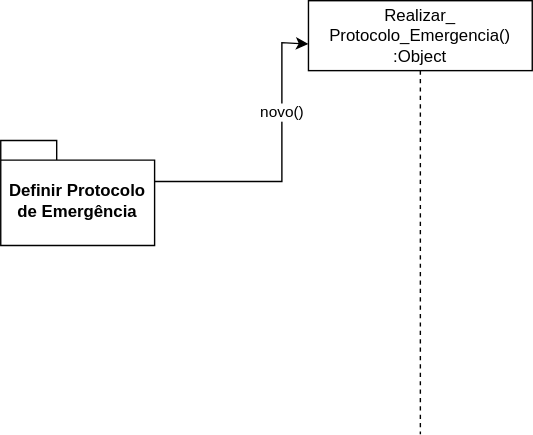
wholocked1/Projeto-2-modelagem keeps this draw.io diagram as Diagrama-Sequencia/RealizarProtocolo.svg. Above is the earlier version. Source tidied: cells renumbered, new cells last; positions are measured from the earlier drawing's top-left corner, leaving out a move shared by most shapes.
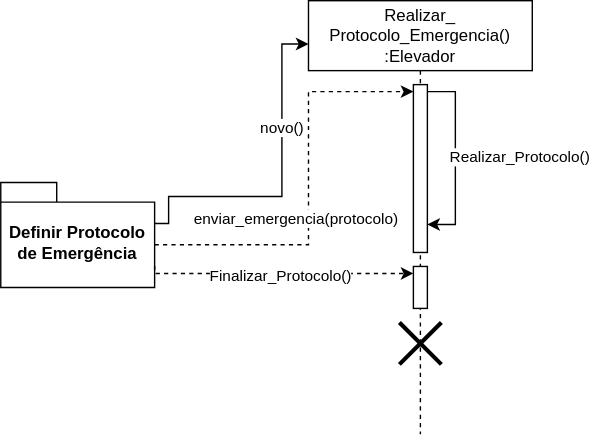
The same file after the commit.

What changed in the source:
```diff
@@ -2,14 +2,38 @@
   <root>
     <mxCell id="0" />
     <mxCell id="1" parent="0" />
-    <mxCell id="2" value="Realizar_&lt;div&gt;Protocolo_Emergencia()&lt;div&gt;&lt;span style=&quot;background-color: initial;&quot;&gt;:Object&lt;/span&gt;&lt;/div&gt;&lt;/div&gt;" style="shape=umlLifeline;perimeter=lifelinePerimeter;whiteSpace=wrap;html=1;outlineConnect=0;portConstraint=eastwest;newEdgeStyle={&quot;curved&quot;:0,&quot;rounded&quot;:0};size=50;" parent="1" vertex="1">
+    <mxCell id="2" value="Realizar_&lt;div&gt;Protocolo_Emergencia()&lt;div&gt;&lt;span style=&quot;background-color: initial;&quot;&gt;:Elevador&lt;/span&gt;&lt;/div&gt;&lt;/div&gt;" style="shape=umlLifeline;perimeter=lifelinePerimeter;whiteSpace=wrap;html=1;outlineConnect=0;portConstraint=eastwest;newEdgeStyle={&quot;curved&quot;:0,&quot;rounded&quot;:0};size=50;" parent="1" vertex="1">
       <mxGeometry x="220" width="160" height="310" as="geometry" />
     </mxCell>
+    <mxCell id="6" style="html=1;points=[[0,0,0,0,5],[0,1,0,0,-5],[1,0,0,0,5],[1,1,0,0,-5]];perimeter=orthogonalPerimeter;outlineConnect=0;targetShapes=umlLifeline;portConstraint=eastwest;newEdgeStyle={&quot;curved&quot;:0,&quot;rounded&quot;:0};" parent="2" vertex="1">
+      <mxGeometry x="75" y="60" width="10" height="120" as="geometry" />
+    </mxCell>
+    <mxCell id="7" style="edgeStyle=orthogonalEdgeStyle;rounded=0;orthogonalLoop=1;jettySize=auto;html=1;curved=0;exitX=1;exitY=0;exitDx=0;exitDy=5;exitPerimeter=0;" parent="2" edge="1" source="6" target="6">
+      <mxGeometry relative="1" as="geometry">
+        <Array as="points">
+          <mxPoint x="105" y="65" />
+          <mxPoint x="105" y="160" />
+        </Array>
+      </mxGeometry>
+    </mxCell>
+    <mxCell id="8" value="Realizar_Protocolo()" style="edgeLabel;html=1;align=center;verticalAlign=middle;" parent="7" vertex="1">
+      <mxGeometry x="0.04" relative="1" as="geometry">
+        <mxPoint x="45" y="-4" as="offset" />
+      </mxGeometry>
+    </mxCell>
+    <mxCell id="9" style="html=1;points=[[0,0,0,0,5],[0,1,0,0,-5],[1,0,0,0,5],[1,1,0,0,-5]];perimeter=orthogonalPerimeter;outlineConnect=0;targetShapes=umlLifeline;portConstraint=eastwest;newEdgeStyle={&quot;curved&quot;:0,&quot;rounded&quot;:0};" parent="2" vertex="1">
+      <mxGeometry x="75" y="190" width="10" height="30" as="geometry" />
+    </mxCell>
+    <mxCell id="10" style="shape=umlDestroy;whiteSpace=wrap;html=1;strokeWidth=3;targetShapes=umlLifeline;" parent="2" vertex="1">
+      <mxGeometry x="65" y="230" width="30" height="30" as="geometry" />
+    </mxCell>
     <mxCell id="3" style="edgeStyle=orthogonalEdgeStyle;rounded=0;jettySize=auto;html=1;exitX=0;exitY=0;exitDx=110;exitDy=29.25;exitPerimeter=0;entryX=0;entryY=0.1;entryDx=0;entryDy=0;entryPerimeter=0;" parent="1" edge="1" source="5" target="2">
       <mxGeometry relative="1" as="geometry">
         <Array as="points">
-          <mxPoint x="201" y="129" />
-          <mxPoint x="201" y="30" />
+          <mxPoint x="120" y="159" />
+          <mxPoint x="120" y="140" />
+          <mxPoint x="201" y="140" />
+          <mxPoint x="201" y="31" />
         </Array>
       </mxGeometry>
     </mxCell>
@@ -17,7 +41,30 @@
       <mxGeometry x="0.34" y="1" relative="1" as="geometry" />
     </mxCell>
     <mxCell id="5" value="Definir Protocolo de Emergência" style="shape=folder;fontStyle=1;spacingTop=10;tabWidth=40;tabHeight=14;tabPosition=left;html=1;whiteSpace=wrap;" parent="1" vertex="1">
-      <mxGeometry y="100" width="110" height="75" as="geometry" />
+      <mxGeometry y="130" width="110" height="75" as="geometry" />
     </mxCell>
+    <mxCell id="11" style="edgeStyle=orthogonalEdgeStyle;rounded=0;jettySize=auto;html=1;exitX=0;exitY=0;exitDx=110;exitDy=59.75;exitPerimeter=0;entryX=0;entryY=0;entryDx=0;entryDy=5;entryPerimeter=0;dashed=1;" parent="1" edge="1" source="5" target="9">
+      <mxGeometry relative="1" as="geometry">
+        <Array as="points">
+          <mxPoint x="110" y="195" />
+        </Array>
+      </mxGeometry>
+    </mxCell>
+    <mxCell id="12" value="Finalizar_Protocolo()" style="edgeLabel;html=1;align=center;verticalAlign=middle;" parent="11" vertex="1">
+      <mxGeometry y="-1" relative="1" as="geometry" />
+    </mxCell>
+    <mxCell id="13" style="edgeStyle=orthogonalEdgeStyle;rounded=0;jettySize=auto;html=1;exitX=0;exitY=0;exitDx=110;exitDy=44.5;exitPerimeter=0;entryX=0;entryY=0;entryDx=0;entryDy=5;entryPerimeter=0;dashed=1;" parent="1" edge="1" source="5" target="6">
+      <mxGeometry relative="1" as="geometry">
+        <Array as="points">
+          <mxPoint x="220" y="175" />
+          <mxPoint x="220" y="65" />
+        </Array>
+      </mxGeometry>
+    </mxCell>
+    <mxCell id="14" value="enviar_emergencia(protocolo)" style="edgeLabel;html=1;align=center;verticalAlign=middle;" parent="13" vertex="1">
+      <mxGeometry x="-0.06" y="-2" relative="1" as="geometry">
+        <mxPoint x="-12" y="9" as="offset" />
+      </mxGeometry>
+    </mxCell>
   </root>
 </mxGraphModel>
```
